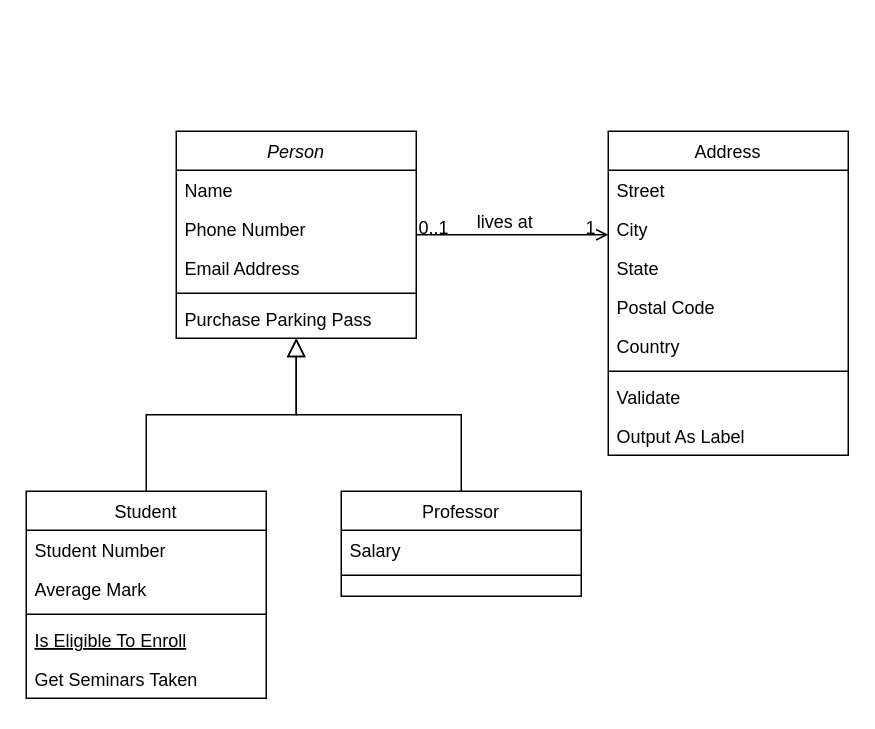
Riquet-C/Donjon-Dragons keeps this draw.io diagram as Diagramme sans nom.drawio. Above is the earlier version. Source tidied: cells renumbered, new cells numbered last; positions are measured from the earlier drawing's top-left corner, leaving out a move shared by most shapes. Both pictures are drawn from the tidied source at 150%, with x=0, y=0 at pixel (26, 130).
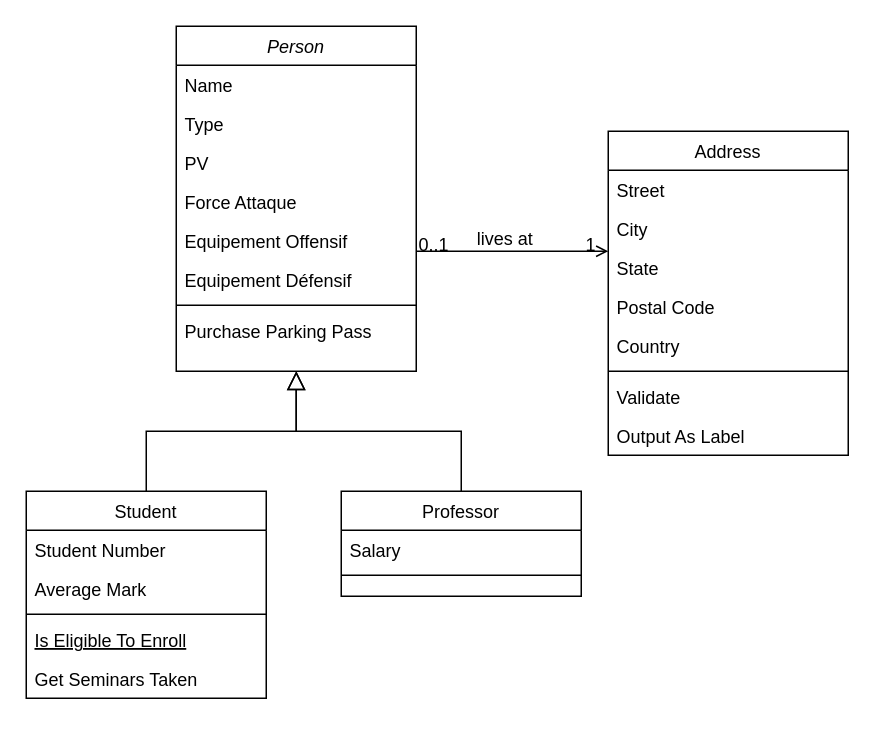
Above is the later version.

Commit message:
Mettre à jour Diagramme sans nom.drawio

What changed in the source:
```diff
@@
     <mxCell id="2" value="Person" style="swimlane;fontStyle=2;align=center;verticalAlign=top;horizontal=1;startSize=26;rounded=0;shadow=0;strokeWidth=1;" parent="1" vertex="1">
-      <mxGeometry x="100" width="160" height="138" as="geometry" />
+      <mxGeometry x="100" y="-70" width="160" height="230" as="geometry" />
     </mxCell>
@@
-    <mxCell id="4" value="Phone Number" style="text;align=left;verticalAlign=top;spacingLeft=4;spacingRight=4;overflow=hidden;rounded=0;shadow=0;html=0;" parent="2" vertex="1">
+    <mxCell id="4" value="Type" style="text;align=left;verticalAlign=top;spacingLeft=4;spacingRight=4;overflow=hidden;rounded=0;shadow=0;html=0;" parent="2" vertex="1">
       <mxGeometry y="52" width="160" height="26" as="geometry" />
     </mxCell>
-    <mxCell id="5" value="Email Address" style="text;align=left;verticalAlign=top;spacingLeft=4;spacingRight=4;overflow=hidden;rounded=0;shadow=0;html=0;" parent="2" vertex="1">
+    <mxCell id="5" value="PV" style="text;align=left;verticalAlign=top;spacingLeft=4;spacingRight=4;overflow=hidden;rounded=0;shadow=0;html=0;" parent="2" vertex="1">
       <mxGeometry y="78" width="160" height="26" as="geometry" />
     </mxCell>
+    <mxCell id="32" value="Force Attaque" style="text;align=left;verticalAlign=top;spacingLeft=4;spacingRight=4;overflow=hidden;rounded=0;shadow=0;html=0;" parent="2" vertex="1">
+      <mxGeometry y="104" width="160" height="26" as="geometry" />
+    </mxCell>
+    <mxCell id="33" value="Equipement Offensif" style="text;align=left;verticalAlign=top;spacingLeft=4;spacingRight=4;overflow=hidden;rounded=0;shadow=0;html=0;" parent="2" vertex="1">
+      <mxGeometry y="130" width="160" height="26" as="geometry" />
+    </mxCell>
+    <mxCell id="34" value="Equipement Défensif" style="text;align=left;verticalAlign=top;spacingLeft=4;spacingRight=4;overflow=hidden;rounded=0;shadow=0;html=0;" parent="2" vertex="1">
+      <mxGeometry y="156" width="160" height="26" as="geometry" />
+    </mxCell>
     <mxCell id="6" style="line;html=1;strokeWidth=1;align=left;verticalAlign=middle;spacingTop=-1;spacingLeft=3;spacingRight=3;labelPosition=right;" parent="2" vertex="1">
-      <mxGeometry y="104" width="160" height="8" as="geometry" />
+      <mxGeometry y="182" width="160" height="8" as="geometry" />
     </mxCell>
     <mxCell id="7" value="Purchase Parking Pass" style="text;align=left;verticalAlign=top;spacingLeft=4;spacingRight=4;overflow=hidden;" parent="2" vertex="1">
-      <mxGeometry y="112" width="160" height="26" as="geometry" />
+      <mxGeometry y="190" width="160" height="26" as="geometry" />
     </mxCell>
```
